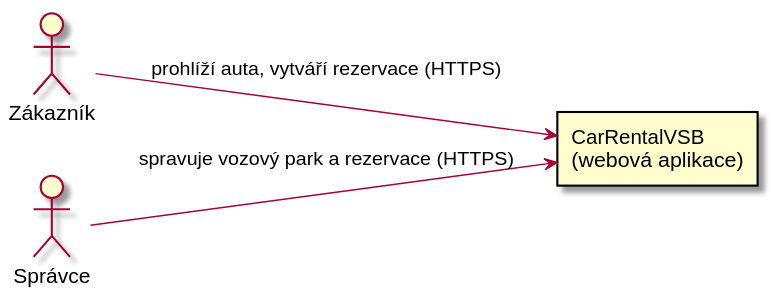
This is docs/diagrams/context-v1.svg from DavidMagyarics/CarRentalVSB, a PlantUML export, as it was before one commit. The source it was exported from:
```plantuml
@startuml context-v1
left to right direction
skinparam backgroundColor white

actor "Zákazník" as zakaznik
actor "Správce" as admin
rectangle "CarRentalVSB\n(webová aplikace)" as app

zakaznik --> app : prohlíží auta, vytváří rezervace (HTTPS)
admin --> app : spravuje vozový park a rezervace (HTTPS)
@enduml
```
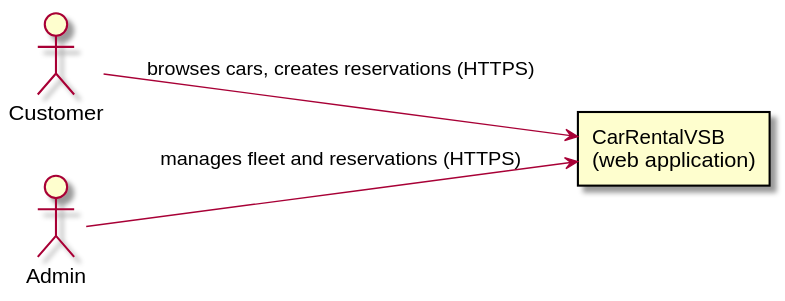
The same file after the commit.

What changed in the source:
```diff
@@ -2,10 +2,10 @@
 left to right direction
 skinparam backgroundColor white
 
-actor "Zákazník" as zakaznik
-actor "Správce" as admin
-rectangle "CarRentalVSB\n(webová aplikace)" as app
+actor "Customer" as customer
+actor "Admin" as admin
+rectangle "CarRentalVSB\n(web application)" as app
 
-zakaznik --> app : prohlíží auta, vytváří rezervace (HTTPS)
-admin --> app : spravuje vozový park a rezervace (HTTPS)
+customer --> app : browses cars, creates reservations (HTTPS)
+admin --> app : manages fleet and reservations (HTTPS)
 @enduml
```
